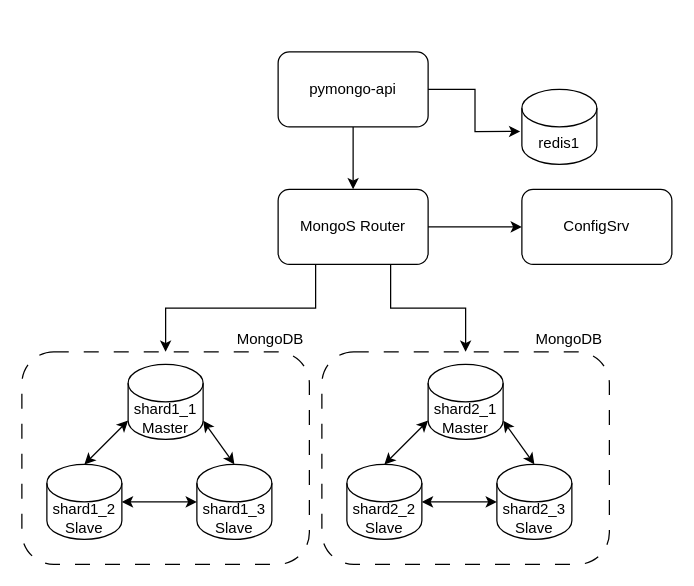
Above: page "03 Add_Сaching" (4 of 6) of ArchitectSchema.drawio in dftyni/architecture-mesto (draw.io), before the change. Source tidied: cells renumbered, new cells numbered last; positions are measured from the earlier drawing's top-left corner, leaving out a move shared by most shapes. Both pictures are drawn from the tidied source at 125%, with x=0, y=0 at pixel (21, 51).
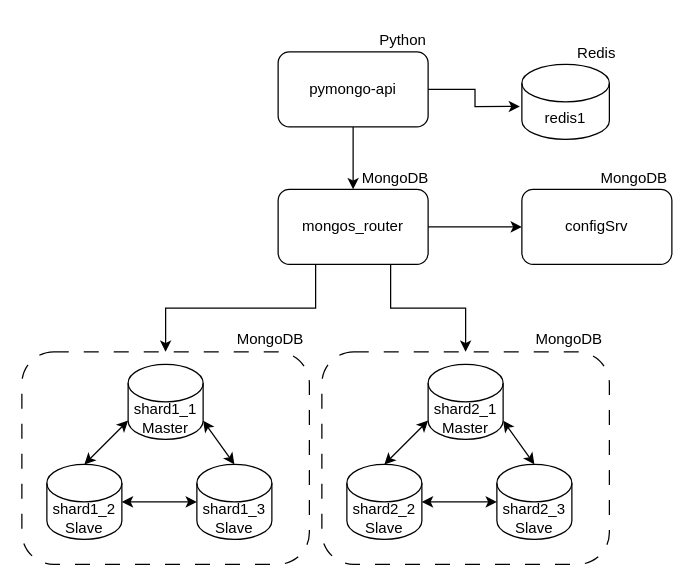
The same page after the edit.

The edit, as a diff of the source:
```diff
@@
-    <mxCell id="4" value="ConfigSrv" style="rounded=1;whiteSpace=wrap;html=1;" parent="1" vertex="1">
+    <mxCell id="4" value="configSrv" style="rounded=1;whiteSpace=wrap;html=1;" parent="1" vertex="1">
       <mxGeometry x="400" y="110" width="120" height="60" as="geometry" />
     </mxCell>
-    <mxCell id="5" value="MongoS Router" style="rounded=1;whiteSpace=wrap;html=1;" parent="1" vertex="1">
+    <mxCell id="5" value="mongos_router" style="rounded=1;whiteSpace=wrap;html=1;" parent="1" vertex="1">
       <mxGeometry x="205" y="110" width="120" height="60" as="geometry" />
     </mxCell>
@@
     <mxCell id="24" value="redis1" style="shape=cylinder3;whiteSpace=wrap;html=1;boundedLbl=1;backgroundOutline=1;size=15;" parent="1" vertex="1">
-      <mxGeometry x="400" y="30" width="60" height="60" as="geometry" />
+      <mxGeometry x="400" y="10" width="70" height="60" as="geometry" />
     </mxCell>
@@
+    <mxCell id="27" value="MongoDB" style="text;html=1;align=center;verticalAlign=middle;whiteSpace=wrap;rounded=0;" parent="1" vertex="1">
+      <mxGeometry x="269" y="86" width="60" height="30" as="geometry" />
+    </mxCell>
+    <mxCell id="28" value="MongoDB" style="text;html=1;align=center;verticalAlign=middle;whiteSpace=wrap;rounded=0;" parent="1" vertex="1">
+      <mxGeometry x="460" y="86" width="60" height="30" as="geometry" />
+    </mxCell>
+    <mxCell id="29" value="Redis" style="text;html=1;align=center;verticalAlign=middle;whiteSpace=wrap;rounded=0;" parent="1" vertex="1">
+      <mxGeometry x="430" y="-14" width="60" height="30" as="geometry" />
+    </mxCell>
+    <mxCell id="30" value="Python" style="text;html=1;align=center;verticalAlign=middle;whiteSpace=wrap;rounded=0;" parent="1" vertex="1">
+      <mxGeometry x="275" y="-24" width="60" height="30" as="geometry" />
+    </mxCell>
```
